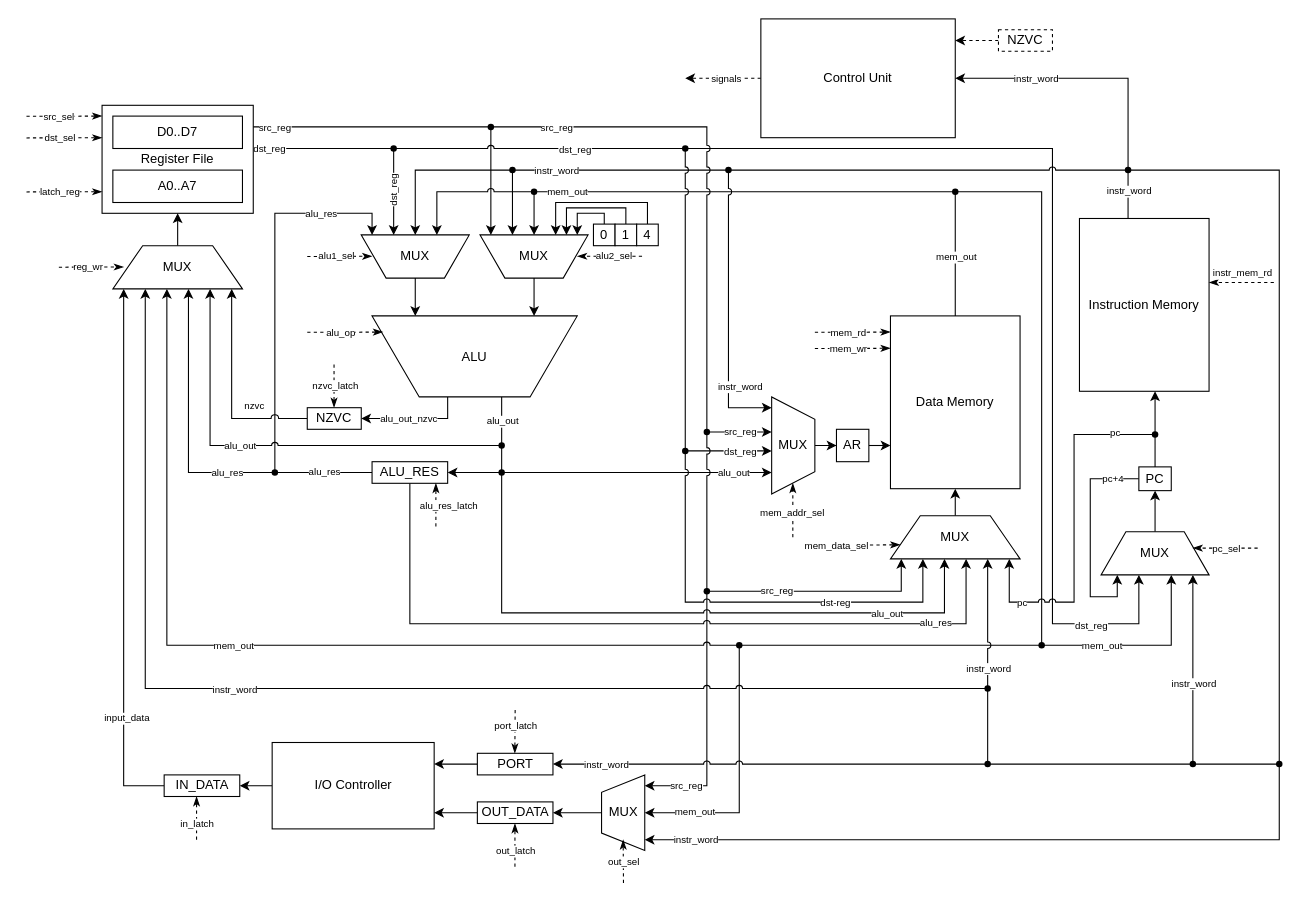
xtern0o/csa_lab4 keeps this draw.io diagram as scheme/csa_lab4_datapath_scheme.drawio. Above is the earlier version. Source tidied: cells renumbered, new cells numbered last; positions are measured from the earlier drawing's top-left corner, leaving out a move shared by most shapes. Both pictures are drawn from the tidied source at 108%, with x=0, y=0 at pixel (26, 18).
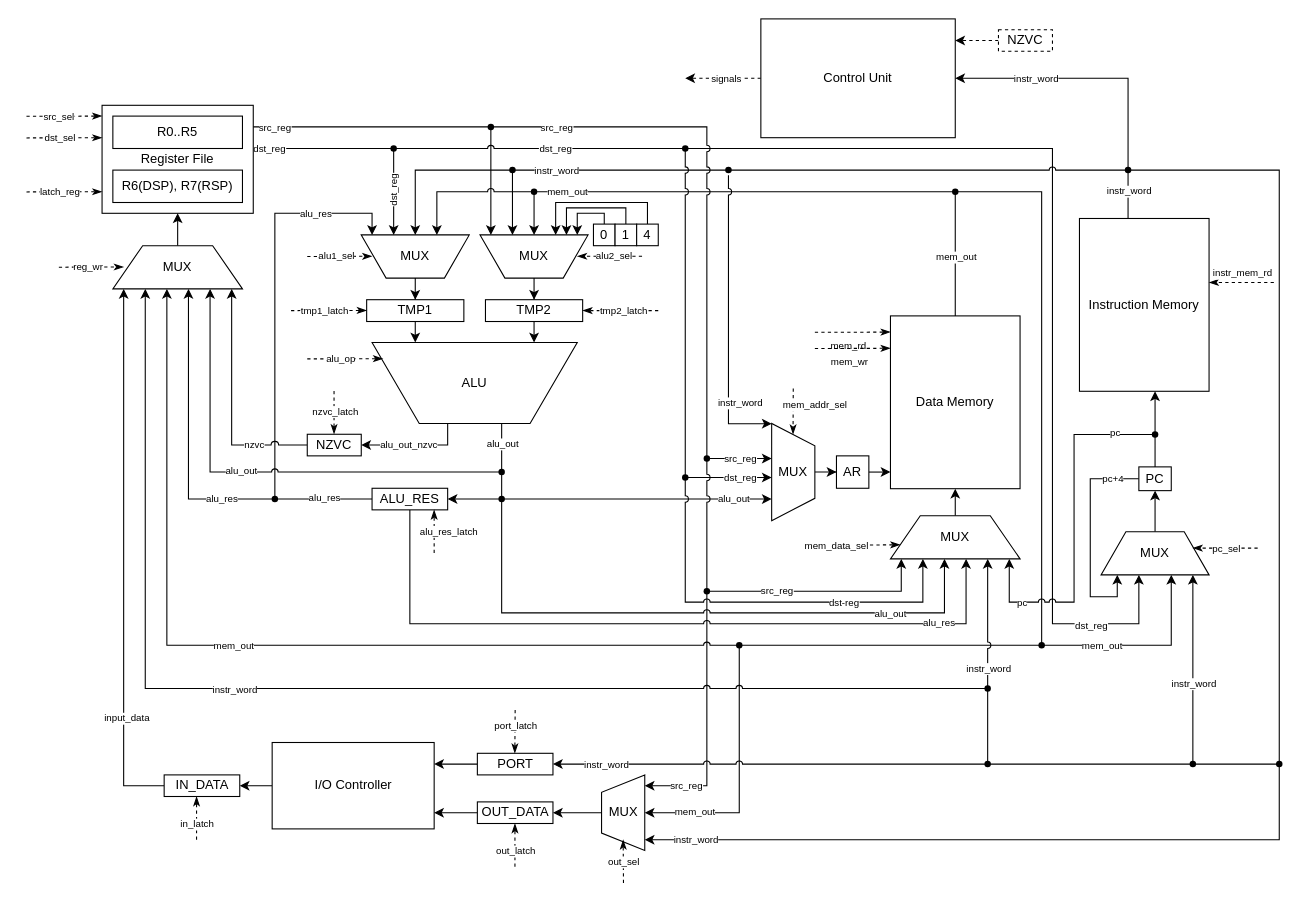
The same diagram, later.

Commit message (it also covers changes not shown here):
[feat] Little-endian fix; R0-R4 + DSP/RSP - simple register architecture; tmp1 + tmp2 registers for operand fetch;

Unchanged cells that the change refers to:
```xml
<mxCell id="19" value="MUX" style="verticalLabelPosition=middle;verticalAlign=middle;html=1;shape=trapezoid;perimeter=trapezoidPerimeter;whiteSpace=wrap;size=0.23;arcSize=10;flipV=1;labelPosition=center;align=center;direction=west;" parent="1" vertex="1">
  <mxGeometry x="80" y="210" width="120" height="40" as="geometry" />
</mxCell>
<mxCell id="28" value="MUX" style="verticalLabelPosition=middle;verticalAlign=middle;html=1;shape=trapezoid;perimeter=trapezoidPerimeter;whiteSpace=wrap;size=0.23;arcSize=10;flipV=1;labelPosition=center;align=center;" parent="1" vertex="1">
  <mxGeometry x="310" y="200" width="100" height="40" as="geometry" />
</mxCell>
<mxCell id="33" value="MUX" style="verticalLabelPosition=middle;verticalAlign=middle;html=1;shape=trapezoid;perimeter=trapezoidPerimeter;whiteSpace=wrap;size=0.23;arcSize=10;flipV=1;labelPosition=center;align=center;" parent="1" vertex="1">
  <mxGeometry x="420" y="200" width="100" height="40" as="geometry" />
</mxCell>
<mxCell id="69" value="Data Memory" style="rounded=0;whiteSpace=wrap;html=1;" parent="1" vertex="1">
  <mxGeometry x="800" y="275" width="120" height="160" as="geometry" />
</mxCell>
<mxCell id="70" style="endArrow=classicThin;html=1;rounded=0;dashed=1;endFill=1;" parent="1" edge="1">
  <mxGeometry relative="1" as="geometry">
    <mxPoint x="730" y="290.2" as="sourcePoint" />
    <mxPoint x="800" y="290" as="targetPoint" />
  </mxGeometry>
</mxCell>
<mxCell id="72" style="endArrow=classicThin;html=1;rounded=0;dashed=1;endFill=1;" parent="1" edge="1">
  <mxGeometry relative="1" as="geometry">
    <mxPoint x="730" y="305.2" as="sourcePoint" />
    <mxPoint x="800" y="305" as="targetPoint" />
  </mxGeometry>
</mxCell>
<mxCell id="155" style="shape=waypoint;sketch=0;fillStyle=solid;size=6;points=[];fillColor=none;perimeter=centerPerimeter;snapToPoint=1;" parent="1" vertex="1">
  <mxGeometry x="640" y="130" width="20" height="20" as="geometry" />
</mxCell>
<mxCell id="180" style="edgeStyle=orthogonalEdgeStyle;rounded=0;jettySize=auto;html=1;jumpStyle=arc;endArrow=none;endFill=0;" parent="1" edge="1" source="43" target="182">
  <mxGeometry relative="1" as="geometry" />
</mxCell>
```

Diff of the diagram source:
```diff
@@
-    <mxCell id="12" value="D0..D7" style="rounded=0;whiteSpace=wrap;html=1;" parent="1" vertex="1">
+    <mxCell id="12" value="R0..R5" style="rounded=0;whiteSpace=wrap;html=1;" parent="1" vertex="1">
       <mxGeometry x="80" y="90" width="120" height="30" as="geometry" />
     </mxCell>
-    <mxCell id="13" value="A0..A7" style="rounded=0;whiteSpace=wrap;html=1;" parent="1" vertex="1">
+    <mxCell id="13" value="R6(DSP), R7(RSP)" style="rounded=0;whiteSpace=wrap;html=1;" parent="1" vertex="1">
       <mxGeometry x="80" y="140" width="120" height="30" as="geometry" />
     </mxCell>
@@
-    <mxCell id="27" style="edgeStyle=orthogonalEdgeStyle;rounded=0;jettySize=auto;html=1;" parent="1" edge="1" source="28" target="31">
-      <mxGeometry relative="1" as="geometry">
-        <Array as="points">
-          <mxPoint x="360" y="270" />
-          <mxPoint x="360" y="270" />
-        </Array>
-      </mxGeometry>
-    </mxCell>
+    <mxCell id="204" style="edgeStyle=orthogonalEdgeStyle;rounded=0;jettySize=auto;html=1;" parent="1" edge="1" source="28" target="207">
+      <mxGeometry relative="1" as="geometry" />
+    </mxCell>
@@
     <mxCell id="29" style="edgeStyle=orthogonalEdgeStyle;rounded=0;jettySize=auto;html=1;" parent="1" edge="1" source="31" target="65">
       <mxGeometry relative="1" as="geometry">
         <Array as="points">
-          <mxPoint x="390" y="370" />
+          <mxPoint x="390" y="394.6" />
         </Array>
       </mxGeometry>
     </mxCell>
@@
     <mxCell id="31" value="ALU" style="verticalLabelPosition=middle;verticalAlign=middle;html=1;shape=trapezoid;perimeter=trapezoidPerimeter;whiteSpace=wrap;size=0.23;arcSize=10;flipV=1;labelPosition=center;align=center;" parent="1" vertex="1">
-      <mxGeometry x="320" y="275" width="190" height="75" as="geometry" />
+      <mxGeometry x="320" y="299.6" width="190" height="75" as="geometry" />
     </mxCell>
-    <mxCell id="32" style="edgeStyle=orthogonalEdgeStyle;rounded=0;jettySize=auto;html=1;" parent="1" edge="1" source="33" target="31">
-      <mxGeometry relative="1" as="geometry">
-        <Array as="points">
-          <mxPoint x="470" y="270" />
-          <mxPoint x="470" y="270" />
-        </Array>
-      </mxGeometry>
-    </mxCell>
+    <mxCell id="205" style="edgeStyle=orthogonalEdgeStyle;rounded=0;jettySize=auto;html=1;" parent="1" edge="1" source="33" target="209">
+      <mxGeometry relative="1" as="geometry" />
+    </mxCell>
@@
     <mxCell id="45" style="edgeStyle=orthogonalEdgeStyle;rounded=0;jettySize=auto;html=1;jumpStyle=arc;" parent="1" edge="1" source="49" target="75">
       <mxGeometry relative="1" as="geometry">
         <Array as="points">
-          <mxPoint x="610" y="420" />
-          <mxPoint x="610" y="420" />
+          <mxPoint x="610" y="444.6" />
+          <mxPoint x="610" y="444.6" />
         </Array>
       </mxGeometry>
     </mxCell>
@@
     <mxCell id="49" style="shape=waypoint;sketch=0;fillStyle=solid;size=6;points=[];fillColor=none;perimeter=centerPerimeter;snapToPoint=1;" parent="1" vertex="1">
-      <mxGeometry x="430" y="410" width="20" height="20" as="geometry" />
+      <mxGeometry x="430" y="434.6" width="20" height="20" as="geometry" />
     </mxCell>
     <mxCell id="50" style="edgeStyle=orthogonalEdgeStyle;rounded=0;jettySize=auto;html=1;entryX=0.908;entryY=0.643;entryDx=0;entryDy=0;entryPerimeter=0;endArrow=none;endFill=0;" parent="1" edge="1" source="201" target="49">
       <mxGeometry relative="1" as="geometry">
         <Array as="points">
-          <mxPoint x="440" y="410" />
-          <mxPoint x="440" y="410" />
+          <mxPoint x="440" y="434.6" />
+          <mxPoint x="440" y="434.6" />
         </Array>
       </mxGeometry>
     </mxCell>
@@
     <mxCell id="55" value="ALU_RES" style="rounded=0;whiteSpace=wrap;html=1;" parent="1" vertex="1">
-      <mxGeometry x="320" y="410" width="70" height="20" as="geometry" />
+      <mxGeometry x="320" y="434.6" width="70" height="20" as="geometry" />
     </mxCell>
     <mxCell id="56" style="edgeStyle=orthogonalEdgeStyle;rounded=0;jettySize=auto;html=1;" parent="1" edge="1" source="60" target="19">
       <mxGeometry relative="1" as="geometry">
         <Array as="points">
-          <mxPoint x="150" y="420" />
+          <mxPoint x="150" y="445" />
         </Array>
       </mxGeometry>
     </mxCell>
     <mxCell id="57" value="alu_res" style="edgeLabel;html=1;align=center;verticalAlign=middle;fontSize=9;" parent="56" vertex="1">
       <mxGeometry x="-0.48" relative="1" as="geometry">
-        <mxPoint x="20" as="offset" />
+        <mxPoint x="21" as="offset" />
       </mxGeometry>
     </mxCell>
@@
     <mxCell id="60" style="shape=waypoint;sketch=0;fillStyle=solid;size=6;points=[];fillColor=none;perimeter=centerPerimeter;snapToPoint=1;" parent="1" vertex="1">
-      <mxGeometry x="220" y="410" width="20" height="20" as="geometry" />
+      <mxGeometry x="220" y="434.6" width="20" height="20" as="geometry" />
     </mxCell>
     <mxCell id="61" style="endArrow=classicThin;html=1;rounded=0;dashed=1;endFill=1;" parent="1" edge="1">
       <mxGeometry relative="1" as="geometry">
-        <mxPoint x="284.8" y="320" as="sourcePoint" />
-        <mxPoint x="284.8" y="359.8" as="targetPoint" />
+        <mxPoint x="284.8" y="344.6" as="sourcePoint" />
+        <mxPoint x="284.8" y="384.4" as="targetPoint" />
       </mxGeometry>
     </mxCell>
@@
     <mxCell id="63" style="edgeStyle=orthogonalEdgeStyle;rounded=0;jettySize=auto;html=1;jumpStyle=arc;jumpSize=7;" parent="1" edge="1" source="65" target="19">
       <mxGeometry relative="1" as="geometry">
         <Array as="points">
-          <mxPoint x="190" y="370" />
+          <mxPoint x="190" y="395" />
         </Array>
       </mxGeometry>
     </mxCell>
     <mxCell id="64" value="nzvc" style="edgeLabel;html=1;align=center;verticalAlign=middle;fontSize=9;" parent="63" vertex="1">
       <mxGeometry x="0.23" y="-2" relative="1" as="geometry">
-        <mxPoint x="18" y="35" as="offset" />
+        <mxPoint x="18" y="62" as="offset" />
       </mxGeometry>
     </mxCell>
     <mxCell id="65" value="NZVC" style="rounded=0;whiteSpace=wrap;html=1;" parent="1" vertex="1">
-      <mxGeometry x="260" y="360" width="50" height="20" as="geometry" />
+      <mxGeometry x="260" y="384.6" width="50" height="20" as="geometry" />
     </mxCell>
     <mxCell id="66" style="endArrow=classicThin;html=1;rounded=0;dashed=1;endFill=1;" parent="1" edge="1">
       <mxGeometry relative="1" as="geometry">
-        <mxPoint x="260" y="290.2" as="sourcePoint" />
-        <mxPoint x="330" y="290" as="targetPoint" />
+        <mxPoint x="260" y="314.8" as="sourcePoint" />
+        <mxPoint x="330" y="314.6" as="targetPoint" />
       </mxGeometry>
     </mxCell>
@@
     <mxCell id="71" value="mem_rd" style="edgeLabel;html=1;align=center;verticalAlign=middle;fontSize=9;" parent="70" vertex="1">
       <mxGeometry x="-0.3" y="1" relative="1" as="geometry">
-        <mxPoint x="6" y="1" as="offset" />
+        <mxPoint x="6" y="13" as="offset" />
       </mxGeometry>
     </mxCell>
@@
     <mxCell id="73" value="mem_wr" style="edgeLabel;html=1;align=center;verticalAlign=middle;fontSize=9;" parent="72" vertex="1">
       <mxGeometry x="-0.3" y="1" relative="1" as="geometry">
-        <mxPoint x="6" y="1" as="offset" />
+        <mxPoint x="7" y="13" as="offset" />
       </mxGeometry>
     </mxCell>
@@
     <mxCell id="75" value="MUX" style="verticalLabelPosition=middle;verticalAlign=middle;html=1;shape=trapezoid;perimeter=trapezoidPerimeter;whiteSpace=wrap;size=0.23;arcSize=10;flipV=1;labelPosition=center;align=center;legacyAnchorPoints=0;direction=south;" parent="1" vertex="1">
-      <mxGeometry x="690" y="350" width="40" height="90" as="geometry" />
+      <mxGeometry x="690" y="374.6" width="40" height="90" as="geometry" />
     </mxCell>
     <mxCell id="76" style="endArrow=classicThin;html=1;rounded=0;dashed=1;endFill=1;" parent="1" edge="1">
       <mxGeometry relative="1" as="geometry">
-        <mxPoint x="709.6" y="480" as="sourcePoint" />
-        <mxPoint x="709.6" y="430" as="targetPoint" />
+        <mxPoint x="710" y="342.3" as="sourcePoint" />
+        <mxPoint x="709.8" y="384.6" as="targetPoint" />
       </mxGeometry>
     </mxCell>
     <mxCell id="77" value="mem_addr_sel" style="edgeLabel;html=1;align=center;verticalAlign=middle;fontSize=9;" parent="76" vertex="1">
       <mxGeometry x="-0.3" y="1" relative="1" as="geometry">
-        <mxPoint y="-5" as="offset" />
+        <mxPoint x="19" as="offset" />
       </mxGeometry>
     </mxCell>
@@
     <mxCell id="84" style="edgeStyle=orthogonalEdgeStyle;rounded=0;jettySize=auto;html=1;" parent="1" edge="1" source="88" target="75">
       <mxGeometry relative="1" as="geometry">
         <Array as="points">
-          <mxPoint x="680" y="400" />
-          <mxPoint x="680" y="400" />
+          <mxPoint x="680" y="424.6" />
+          <mxPoint x="680" y="424.6" />
         </Array>
       </mxGeometry>
     </mxCell>
@@
     <mxCell id="88" style="shape=waypoint;sketch=0;fillStyle=solid;size=6;points=[];fillColor=none;perimeter=centerPerimeter;snapToPoint=1;" parent="1" vertex="1">
-      <mxGeometry x="600" y="390" width="20" height="20" as="geometry" />
+      <mxGeometry x="600" y="414.6" width="20" height="20" as="geometry" />
     </mxCell>
     <mxCell id="89" style="edgeStyle=orthogonalEdgeStyle;rounded=0;jettySize=auto;html=1;" parent="1" edge="1" source="91">
       <mxGeometry relative="1" as="geometry">
-        <mxPoint x="690" y="382.5" as="targetPoint" />
+        <mxPoint x="690" y="407.1" as="targetPoint" />
         <Array as="points">
-          <mxPoint x="670" y="382.5" />
-          <mxPoint x="670" y="382.5" />
+          <mxPoint x="670" y="407.1" />
+          <mxPoint x="670" y="407.1" />
         </Array>
       </mxGeometry>
     </mxCell>
@@
     <mxCell id="91" style="shape=waypoint;sketch=0;fillStyle=solid;size=6;points=[];fillColor=none;perimeter=centerPerimeter;snapToPoint=1;" parent="1" vertex="1">
-      <mxGeometry x="620" y="372.5" width="20" height="20" as="geometry" />
+      <mxGeometry x="620" y="397.1" width="20" height="20" as="geometry" />
     </mxCell>
     <mxCell id="92" style="endArrow=classicThin;html=1;rounded=0;dashed=1;endFill=1;" parent="1" edge="1">
       <mxGeometry relative="1" as="geometry">
-        <mxPoint x="379.1" y="470" as="sourcePoint" />
-        <mxPoint x="379.1" y="430" as="targetPoint" />
+        <mxPoint x="377.5" y="494.6" as="sourcePoint" />
+        <mxPoint x="377.5" y="454.6" as="targetPoint" />
       </mxGeometry>
     </mxCell>
     <mxCell id="93" value="alu_res_latch" style="edgeLabel;html=1;align=center;verticalAlign=middle;fontSize=9;" parent="92" vertex="1">
       <mxGeometry x="-0.3" y="1" relative="1" as="geometry">
-        <mxPoint x="12" y="-6" as="offset" />
+        <mxPoint x="14" y="-6" as="offset" />
       </mxGeometry>
     </mxCell>
@@
-    <mxCell id="153" style="edgeStyle=orthogonalEdgeStyle;rounded=0;jettySize=auto;html=1;jumpStyle=arc;" parent="1" edge="1" source="155" target="75">
+    <mxCell id="153" style="edgeStyle=orthogonalEdgeStyle;rounded=0;orthogonalLoop=1;jettySize=auto;html=1;jumpStyle=arc;" parent="1" edge="1">
       <mxGeometry relative="1" as="geometry">
+        <mxPoint x="650" y="144.8" as="sourcePoint" />
+        <mxPoint x="690" y="374.8" as="targetPoint" />
         <Array as="points">
-          <mxPoint x="650" y="360" />
+          <mxPoint x="650" y="374.8" />
         </Array>
       </mxGeometry>
     </mxCell>
     <mxCell id="154" value="instr_word" style="edgeLabel;html=1;align=center;verticalAlign=middle;fontSize=9;" parent="153" vertex="1">
       <mxGeometry x="0.53" relative="1" as="geometry">
-        <mxPoint x="10" y="1" as="offset" />
+        <mxPoint x="10" y="4" as="offset" />
       </mxGeometry>
     </mxCell>
@@
     <mxCell id="181" value="dst_reg" style="edgeLabel;html=1;align=center;verticalAlign=middle;fontSize=9;" parent="180" vertex="1">
-      <mxGeometry x="0.24" y="-1" relative="1" as="geometry" />
+      <mxGeometry x="0.24" y="-1" relative="1" as="geometry">
+        <mxPoint x="-18" y="-1" as="offset" />
+      </mxGeometry>
     </mxCell>
@@
     <mxCell id="191" style="edgeStyle=orthogonalEdgeStyle;rounded=0;jettySize=auto;html=1;" parent="1" edge="1" source="192" target="69">
       <mxGeometry relative="1" as="geometry">
         <Array as="points">
-          <mxPoint x="790" y="395" />
-          <mxPoint x="790" y="395" />
+          <mxPoint x="800" y="407" />
+          <mxPoint x="800" y="407" />
         </Array>
       </mxGeometry>
     </mxCell>
     <mxCell id="192" value="AR" style="rounded=0;whiteSpace=wrap;html=1;" parent="1" vertex="1">
-      <mxGeometry x="750" y="380" width="30" height="30" as="geometry" />
+      <mxGeometry x="750" y="404.6" width="30" height="30" as="geometry" />
     </mxCell>
@@
     <mxCell id="197" style="edgeStyle=orthogonalEdgeStyle;rounded=0;jettySize=auto;html=1;entryDx=0;entryDy=0;entryPerimeter=0;endArrow=none;endFill=0;" parent="1" edge="1" source="31">
       <mxGeometry relative="1" as="geometry">
-        <mxPoint x="440" y="395" as="targetPoint" />
+        <mxPoint x="440" y="419.6" as="targetPoint" />
         <Array as="points">
-          <mxPoint x="440" y="370" />
-          <mxPoint x="440" y="370" />
+          <mxPoint x="440" y="394.6" />
+          <mxPoint x="440" y="394.6" />
         </Array>
       </mxGeometry>
     </mxCell>
     <mxCell id="198" value="alu_out" style="edgeLabel;html=1;align=center;verticalAlign=middle;fontSize=9;" parent="197" vertex="1">
       <mxGeometry x="-0.23" relative="1" as="geometry">
-        <mxPoint y="5" as="offset" />
+        <mxPoint y="2" as="offset" />
       </mxGeometry>
     </mxCell>
     <mxCell id="199" style="edgeStyle=orthogonalEdgeStyle;rounded=0;jettySize=auto;html=1;jumpStyle=arc;" parent="1" edge="1" source="201" target="19">
       <mxGeometry relative="1" as="geometry">
         <Array as="points">
-          <mxPoint x="170" y="395" />
+          <mxPoint x="170" y="420" />
         </Array>
       </mxGeometry>
     </mxCell>
     <mxCell id="200" value="alu_out" style="edgeLabel;html=1;align=center;verticalAlign=middle;fontSize=9;" parent="199" vertex="1">
       <mxGeometry x="0.24" y="-3" relative="1" as="geometry">
-        <mxPoint x="14" y="3" as="offset" />
+        <mxPoint x="25" y="2" as="offset" />
       </mxGeometry>
     </mxCell>
     <mxCell id="201" style="shape=waypoint;sketch=0;fillStyle=solid;size=6;points=[];fillColor=none;perimeter=centerPerimeter;snapToPoint=1;" parent="1" vertex="1">
-      <mxGeometry x="430" y="385" width="20" height="20" as="geometry" />
+      <mxGeometry x="430" y="409.6" width="20" height="20" as="geometry" />
     </mxCell>
@@
+    <mxCell id="206" style="edgeStyle=orthogonalEdgeStyle;rounded=0;jettySize=auto;html=1;" parent="1" edge="1" source="207" target="31">
+      <mxGeometry relative="1" as="geometry">
+        <Array as="points">
+          <mxPoint x="360" y="330" />
+          <mxPoint x="360" y="330" />
+        </Array>
+      </mxGeometry>
+    </mxCell>
+    <mxCell id="207" value="TMP1" style="rounded=0;whiteSpace=wrap;html=1;" parent="1" vertex="1">
+      <mxGeometry x="315" y="260" width="90" height="20.2" as="geometry" />
+    </mxCell>
+    <mxCell id="208" style="edgeStyle=orthogonalEdgeStyle;rounded=0;jettySize=auto;html=1;" parent="1" edge="1" source="209" target="31">
+      <mxGeometry relative="1" as="geometry">
+        <Array as="points">
+          <mxPoint x="470" y="320" />
+          <mxPoint x="470" y="320" />
+        </Array>
+      </mxGeometry>
+    </mxCell>
+    <mxCell id="209" value="TMP2" style="rounded=0;whiteSpace=wrap;html=1;" parent="1" vertex="1">
+      <mxGeometry x="425" y="260" width="90" height="20.2" as="geometry" />
+    </mxCell>
+    <mxCell id="210" style="endArrow=classicThin;html=1;rounded=0;dashed=1;endFill=1;" parent="1" edge="1">
+      <mxGeometry relative="1" as="geometry">
+        <mxPoint x="245" y="270.1" as="sourcePoint" />
+        <mxPoint x="315" y="269.9" as="targetPoint" />
+      </mxGeometry>
+    </mxCell>
+    <mxCell id="211" value="tmp1_latch" style="edgeLabel;html=1;align=center;verticalAlign=middle;fontSize=9;" parent="210" vertex="1">
+      <mxGeometry x="-0.3" y="1" relative="1" as="geometry">
+        <mxPoint x="6" y="1" as="offset" />
+      </mxGeometry>
+    </mxCell>
+    <mxCell id="212" style="endArrow=classicThin;html=1;rounded=0;dashed=1;endFill=1;entryX=1;entryY=0.5;entryDx=0;entryDy=0;" parent="1" edge="1" target="209">
+      <mxGeometry relative="1" as="geometry">
+        <mxPoint x="585" y="270.1" as="sourcePoint" />
+      </mxGeometry>
+    </mxCell>
+    <mxCell id="213" value="tmp2_latch" style="edgeLabel;html=1;align=center;verticalAlign=middle;fontSize=9;" parent="212" vertex="1">
+      <mxGeometry x="-0.3" y="1" relative="1" as="geometry">
+        <mxPoint x="-8" y="-1" as="offset" />
+      </mxGeometry>
+    </mxCell>
```
